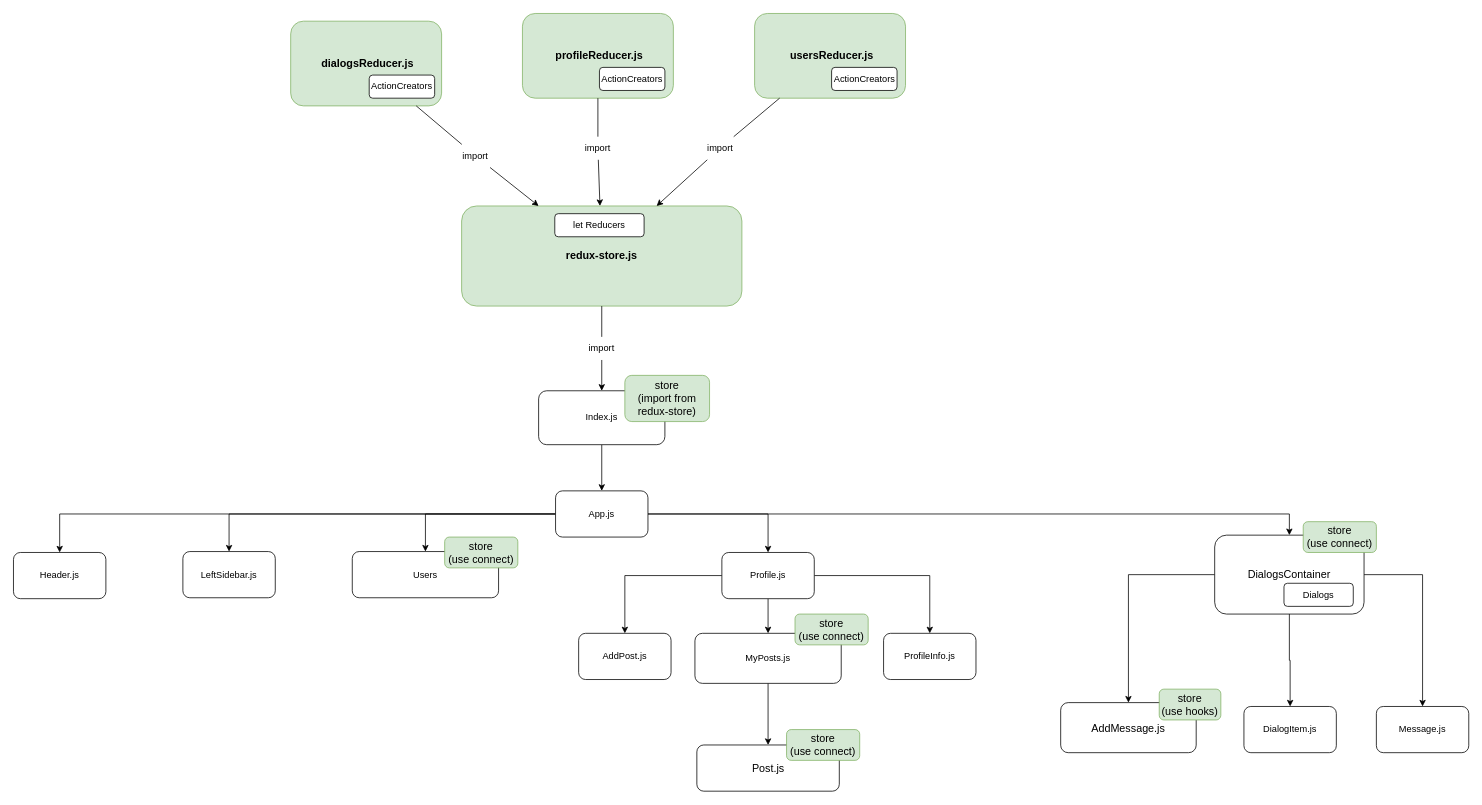
Before: React-components tree.drawio in ayratkin/react-social-network, a draw.io diagram. Source tidied: cells renumbered, new cells numbered last; positions are measured from the earlier drawing's top-left corner, leaving out a move shared by most shapes. Both pictures are drawn from the tidied source at 77%, with x=0, y=0 at pixel (13, 13).
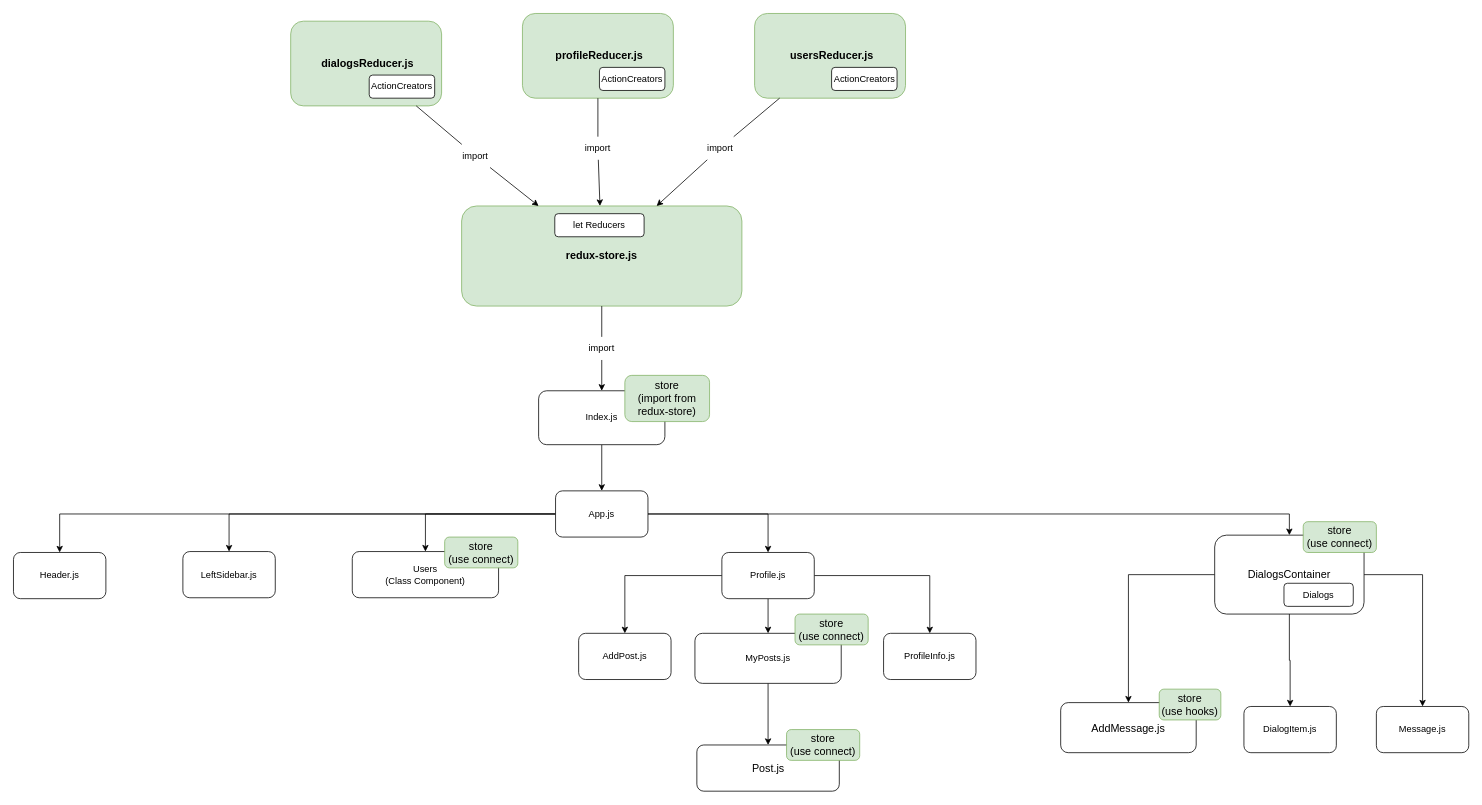
Above is the later version.

Diff of the diagram source:
```diff
@@
-    <mxCell id="46" value="Users" style="rounded=1;whiteSpace=wrap;html=1;" parent="1" vertex="1">
+    <mxCell id="46" value="Users&lt;br&gt;(Class Component)" style="rounded=1;whiteSpace=wrap;html=1;" parent="1" vertex="1">
       <mxGeometry x="440" y="698.8" width="190" height="60" as="geometry" />
     </mxCell>
```
